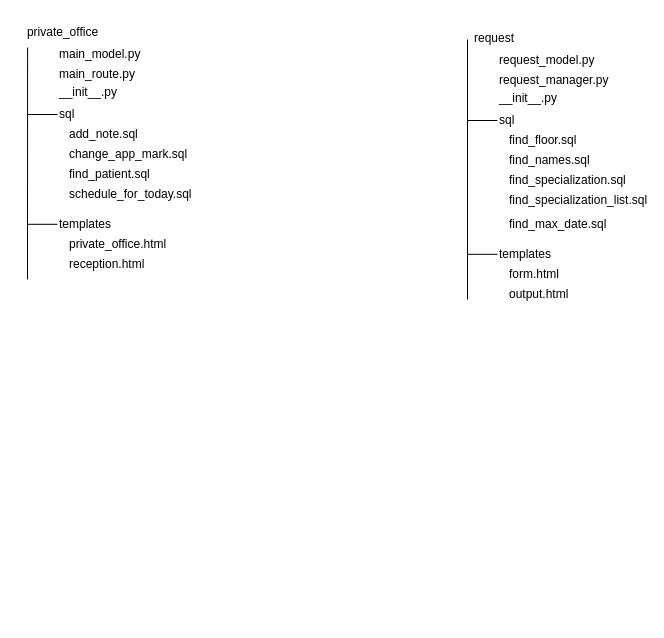
This is мьс/структуры_папок.drawio from Kirpichikk/final_project, a draw.io file, before an edit. Source tidied: cells renumbered, new cells numbered last; positions are measured from the earlier drawing's top-left corner, leaving out a move shared by most shapes. Both pictures are drawn from the tidied source at 100%, with x=0, y=0 at pixel (17, 17).
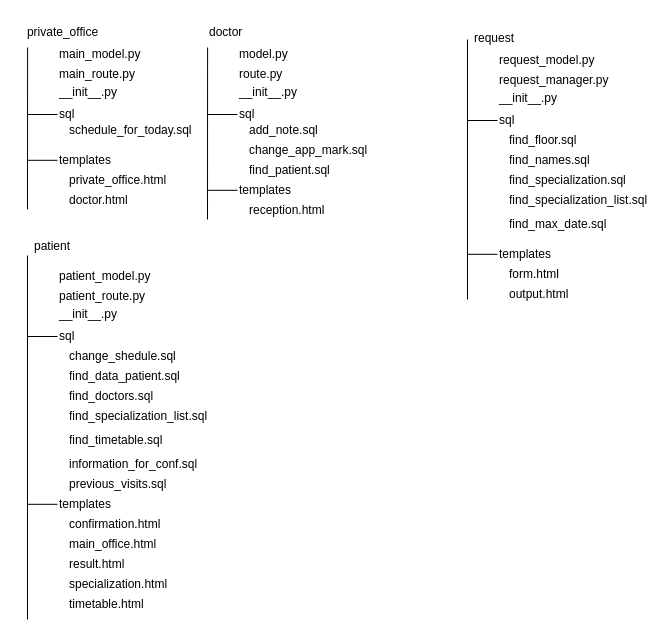
The same diagram, later.

Diff of the diagram source:
```diff
@@
     <mxCell id="3" style="endArrow=none;html=1;rounded=0;entryX=0.012;entryY=1.026;entryDx=0;entryDy=0;entryPerimeter=0;" parent="1" edge="1">
       <mxGeometry relative="1" as="geometry">
-        <mxPoint x="10" y="262" as="sourcePoint" />
+        <mxPoint x="10" y="192" as="sourcePoint" />
         <mxPoint x="10.1" y="30" as="targetPoint" />
       </mxGeometry>
     </mxCell>
@@
     <mxCell id="9" value="add_note.sql" style="text;html=1;align=left;verticalAlign=middle;whiteSpace=wrap;rounded=0;" parent="1" vertex="1">
-      <mxGeometry x="50" y="102" width="60" height="30" as="geometry" />
+      <mxGeometry x="230" y="98" width="60" height="30" as="geometry" />
     </mxCell>
     <mxCell id="10" value="change_app_mark.sql" style="text;html=1;align=left;verticalAlign=middle;whiteSpace=wrap;rounded=0;" parent="1" vertex="1">
-      <mxGeometry x="50" y="122" width="60" height="30" as="geometry" />
+      <mxGeometry x="230" y="118" width="60" height="30" as="geometry" />
     </mxCell>
     <mxCell id="11" value="find_patient.sql" style="text;html=1;align=left;verticalAlign=middle;whiteSpace=wrap;rounded=0;" parent="1" vertex="1">
-      <mxGeometry x="50" y="142" width="60" height="30" as="geometry" />
+      <mxGeometry x="230" y="138" width="60" height="30" as="geometry" />
     </mxCell>
     <mxCell id="12" value="schedule_for_today.sql" style="text;html=1;align=left;verticalAlign=middle;whiteSpace=wrap;rounded=0;" parent="1" vertex="1">
-      <mxGeometry x="50" y="162" width="60" height="30" as="geometry" />
+      <mxGeometry x="50" y="98" width="60" height="30" as="geometry" />
     </mxCell>
     <mxCell id="13" value="templates" style="text;html=1;align=left;verticalAlign=middle;whiteSpace=wrap;rounded=0;" parent="1" vertex="1">
-      <mxGeometry x="40" y="192" width="60" height="30" as="geometry" />
+      <mxGeometry x="40" y="128" width="60" height="30" as="geometry" />
     </mxCell>
     <mxCell id="14" style="endArrow=none;html=1;rounded=0;entryX=0;entryY=0.5;entryDx=0;entryDy=0;" parent="1" edge="1">
       <mxGeometry relative="1" as="geometry">
-        <mxPoint x="10" y="206.8" as="sourcePoint" />
-        <mxPoint x="40" y="206.8" as="targetPoint" />
+        <mxPoint x="10" y="142.8" as="sourcePoint" />
+        <mxPoint x="40" y="142.8" as="targetPoint" />
       </mxGeometry>
     </mxCell>
     <mxCell id="15" value="private_office.html" style="text;html=1;align=left;verticalAlign=middle;whiteSpace=wrap;rounded=0;" parent="1" vertex="1">
-      <mxGeometry x="50" y="212" width="60" height="30" as="geometry" />
+      <mxGeometry x="50" y="148" width="60" height="30" as="geometry" />
     </mxCell>
     <mxCell id="16" value="reception.html" style="text;html=1;align=left;verticalAlign=middle;whiteSpace=wrap;rounded=0;" parent="1" vertex="1">
-      <mxGeometry x="50" y="232" width="60" height="30" as="geometry" />
+      <mxGeometry x="230" y="178" width="60" height="30" as="geometry" />
     </mxCell>
@@
+    <mxCell id="33" value="doctor.html" style="text;html=1;align=left;verticalAlign=middle;whiteSpace=wrap;rounded=0;" parent="1" vertex="1">
+      <mxGeometry x="50" y="168" width="60" height="30" as="geometry" />
+    </mxCell>
+    <mxCell id="34" value="doctor" style="text;html=1;align=left;verticalAlign=middle;strokeColor=none;fillColor=none;" parent="1" vertex="1">
+      <mxGeometry x="190" width="60" height="30" as="geometry" />
+    </mxCell>
+    <mxCell id="35" style="endArrow=none;html=1;rounded=0;entryX=0.012;entryY=1.026;entryDx=0;entryDy=0;entryPerimeter=0;" parent="1" edge="1">
+      <mxGeometry relative="1" as="geometry">
+        <mxPoint x="190" y="202" as="sourcePoint" />
+        <mxPoint x="190.1" y="30" as="targetPoint" />
+      </mxGeometry>
+    </mxCell>
+    <mxCell id="36" value="model.py" style="text;html=1;align=left;verticalAlign=middle;whiteSpace=wrap;rounded=0;" parent="1" vertex="1">
+      <mxGeometry x="220" y="22" width="60" height="30" as="geometry" />
+    </mxCell>
+    <mxCell id="37" value="route.py" style="text;html=1;align=left;verticalAlign=middle;whiteSpace=wrap;rounded=0;" parent="1" vertex="1">
+      <mxGeometry x="220" y="42" width="60" height="30" as="geometry" />
+    </mxCell>
+    <mxCell id="38" value="__init__.py" style="text;html=1;align=left;verticalAlign=middle;whiteSpace=wrap;rounded=0;" parent="1" vertex="1">
+      <mxGeometry x="220" y="60" width="60" height="30" as="geometry" />
+    </mxCell>
+    <mxCell id="39" value="sql" style="text;html=1;align=left;verticalAlign=middle;whiteSpace=wrap;rounded=0;" parent="1" vertex="1">
+      <mxGeometry x="220" y="82" width="60" height="30" as="geometry" />
+    </mxCell>
+    <mxCell id="40" style="endArrow=none;html=1;rounded=0;entryX=0;entryY=0.5;entryDx=0;entryDy=0;" parent="1" edge="1" target="39">
+      <mxGeometry relative="1" as="geometry">
+        <mxPoint x="190" y="97" as="sourcePoint" />
+      </mxGeometry>
+    </mxCell>
+    <mxCell id="41" value="templates" style="text;html=1;align=left;verticalAlign=middle;whiteSpace=wrap;rounded=0;" parent="1" vertex="1">
+      <mxGeometry x="220" y="158" width="60" height="30" as="geometry" />
+    </mxCell>
+    <mxCell id="42" style="endArrow=none;html=1;rounded=0;entryX=0;entryY=0.5;entryDx=0;entryDy=0;" parent="1" edge="1">
+      <mxGeometry relative="1" as="geometry">
+        <mxPoint x="190" y="172.8" as="sourcePoint" />
+        <mxPoint x="220" y="172.8" as="targetPoint" />
+      </mxGeometry>
+    </mxCell>
+    <mxCell id="43" value="patient" style="text;html=1;align=left;verticalAlign=middle;strokeColor=none;fillColor=none;" parent="1" vertex="1">
+      <mxGeometry x="15" y="214" width="60" height="30" as="geometry" />
+    </mxCell>
+    <mxCell id="44" style="endArrow=none;html=1;rounded=0;" parent="1" edge="1">
+      <mxGeometry relative="1" as="geometry">
+        <mxPoint x="10" y="602" as="sourcePoint" />
+        <mxPoint x="10" y="238" as="targetPoint" />
+      </mxGeometry>
+    </mxCell>
+    <mxCell id="45" value="patient_model.py" style="text;html=1;align=left;verticalAlign=middle;whiteSpace=wrap;rounded=0;" parent="1" vertex="1">
+      <mxGeometry x="40" y="244" width="60" height="30" as="geometry" />
+    </mxCell>
+    <mxCell id="46" value="patient_route.py" style="text;html=1;align=left;verticalAlign=middle;whiteSpace=wrap;rounded=0;" parent="1" vertex="1">
+      <mxGeometry x="40" y="264" width="60" height="30" as="geometry" />
+    </mxCell>
+    <mxCell id="47" value="__init__.py" style="text;html=1;align=left;verticalAlign=middle;whiteSpace=wrap;rounded=0;" parent="1" vertex="1">
+      <mxGeometry x="40" y="282" width="60" height="30" as="geometry" />
+    </mxCell>
+    <mxCell id="48" value="sql" style="text;html=1;align=left;verticalAlign=middle;whiteSpace=wrap;rounded=0;" parent="1" vertex="1">
+      <mxGeometry x="40" y="304" width="60" height="30" as="geometry" />
+    </mxCell>
+    <mxCell id="49" style="endArrow=none;html=1;rounded=0;entryX=0;entryY=0.5;entryDx=0;entryDy=0;" parent="1" edge="1" target="48">
+      <mxGeometry relative="1" as="geometry">
+        <mxPoint x="10" y="319" as="sourcePoint" />
+      </mxGeometry>
+    </mxCell>
+    <mxCell id="50" value="change_shedule.sql" style="text;html=1;align=left;verticalAlign=middle;whiteSpace=wrap;rounded=0;" parent="1" vertex="1">
+      <mxGeometry x="50" y="324" width="60" height="30" as="geometry" />
+    </mxCell>
+    <mxCell id="51" value="find_data_patient.sql" style="text;html=1;align=left;verticalAlign=middle;whiteSpace=wrap;rounded=0;" parent="1" vertex="1">
+      <mxGeometry x="50" y="344" width="60" height="30" as="geometry" />
+    </mxCell>
+    <mxCell id="52" value="find_doctors.sql" style="text;html=1;align=left;verticalAlign=middle;whiteSpace=wrap;rounded=0;" parent="1" vertex="1">
+      <mxGeometry x="50" y="364" width="60" height="30" as="geometry" />
+    </mxCell>
+    <mxCell id="53" value="find_specialization_list.sql" style="text;html=1;align=left;verticalAlign=middle;whiteSpace=wrap;rounded=0;" parent="1" vertex="1">
+      <mxGeometry x="50" y="384" width="60" height="30" as="geometry" />
+    </mxCell>
+    <mxCell id="54" value="templates" style="text;html=1;align=left;verticalAlign=middle;whiteSpace=wrap;rounded=0;" parent="1" vertex="1">
+      <mxGeometry x="40" y="472" width="60" height="30" as="geometry" />
+    </mxCell>
+    <mxCell id="55" style="endArrow=none;html=1;rounded=0;entryX=0;entryY=0.5;entryDx=0;entryDy=0;" parent="1" edge="1">
+      <mxGeometry relative="1" as="geometry">
+        <mxPoint x="10" y="486.8" as="sourcePoint" />
+        <mxPoint x="40" y="486.8" as="targetPoint" />
+      </mxGeometry>
+    </mxCell>
+    <mxCell id="56" value="confirmation.html" style="text;html=1;align=left;verticalAlign=middle;whiteSpace=wrap;rounded=0;" parent="1" vertex="1">
+      <mxGeometry x="50" y="492" width="60" height="30" as="geometry" />
+    </mxCell>
+    <mxCell id="57" value="main_office.html" style="text;html=1;align=left;verticalAlign=middle;whiteSpace=wrap;rounded=0;" parent="1" vertex="1">
+      <mxGeometry x="50" y="512" width="60" height="30" as="geometry" />
+    </mxCell>
+    <mxCell id="58" value="find_timetable.sql" style="text;html=1;align=left;verticalAlign=middle;whiteSpace=wrap;rounded=0;" parent="1" vertex="1">
+      <mxGeometry x="50" y="408" width="60" height="30" as="geometry" />
+    </mxCell>
+    <mxCell id="59" value="information_for_conf.sql" style="text;html=1;align=left;verticalAlign=middle;whiteSpace=wrap;rounded=0;" parent="1" vertex="1">
+      <mxGeometry x="50" y="432" width="60" height="30" as="geometry" />
+    </mxCell>
+    <mxCell id="60" value="previous_visits.sql" style="text;html=1;align=left;verticalAlign=middle;whiteSpace=wrap;rounded=0;" parent="1" vertex="1">
+      <mxGeometry x="50" y="452" width="60" height="30" as="geometry" />
+    </mxCell>
+    <mxCell id="61" value="result.html" style="text;html=1;align=left;verticalAlign=middle;whiteSpace=wrap;rounded=0;" parent="1" vertex="1">
+      <mxGeometry x="50" y="532" width="60" height="30" as="geometry" />
+    </mxCell>
+    <mxCell id="62" value="specialization.html" style="text;html=1;align=left;verticalAlign=middle;whiteSpace=wrap;rounded=0;" parent="1" vertex="1">
+      <mxGeometry x="50" y="552" width="60" height="30" as="geometry" />
+    </mxCell>
+    <mxCell id="63" value="timetable.html" style="text;html=1;align=left;verticalAlign=middle;whiteSpace=wrap;rounded=0;" parent="1" vertex="1">
+      <mxGeometry x="50" y="572" width="60" height="30" as="geometry" />
+    </mxCell>
```
